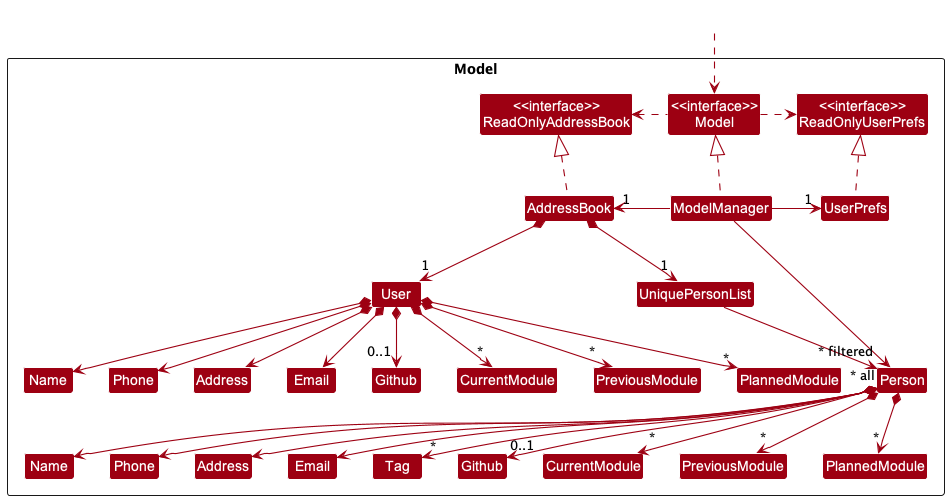
nus-cs2103-AY2223S1/tp keeps this PlantUML diagram as docs/images/ModelClassDiagram.png. Above is the earlier version.
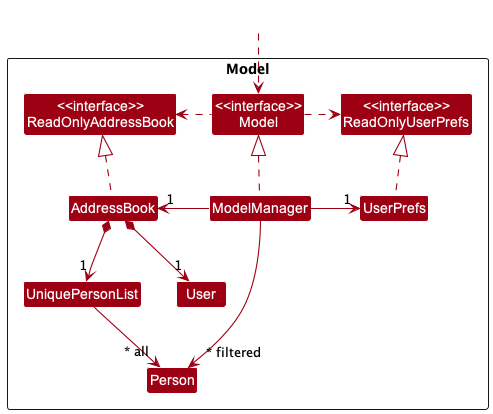
After the commit.

The edit, as a diff of the source:
```diff
@@ -14,23 +14,6 @@
 
 Class UniquePersonList
 Class Person
-Class "Name" as PersonName
-Class "Name" as UserName
-Class "Tag" as PersonTag
-Class "Email" as PersonEmail
-Class "Email" as UserEmail
-Class "Phone" as PersonPhone
-Class "Phone" as UserPhone
-Class "Address" as PersonAddress
-Class "Address" as UserAddress
-Class "Github" as PersonGithub
-Class "Github" as UserGithub
-Class "CurrentModule" as PersonCurrentModule
-Class "CurrentModule" as UserCurrentModule
-Class "PreviousModule" as PersonPreviousModule
-Class "PreviousModule" as UserPreviousModule
-Class "PlannedModule" as PersonPlannedModule
-Class "PlannedModule" as UserPlannedModule
 
 Class User
 }
@@ -50,32 +33,6 @@
 AddressBook *--> "1" UniquePersonList
 AddressBook *--> "1" User
 UniquePersonList --> "~* all" Person
-Person *--> PersonName
-Person *--> PersonPhone
-Person *--> PersonEmail
-Person *--> PersonAddress
-Person *--> "0..1" PersonGithub
-Person *--> "*" PersonTag
-Person *--> "*" PersonCurrentModule
-Person *--> "*" PersonPlannedModule
-Person *--> "*" PersonPreviousModule
-
-PersonName -[hidden]right-> PersonPhone
-PersonPhone -[hidden]right-> PersonAddress
-PersonAddress -[hidden]right-> PersonEmail
-
-User *--> UserName
-User *--> UserPhone
-User *--> UserEmail
-User *--> UserAddress
-User *--> "0..1" UserGithub
-User *--> "*" UserCurrentModule
-User *--> "*" UserPlannedModule
-User *--> "*" UserPreviousModule
-
-UserName -[hidden]right-> UserPhone
-UserPhone -[hidden]right-> UserAddress
-UserAddress -[hidden]right-> UserEmail
 
 ModelManager -->"~* filtered" Person
 @enduml
```
